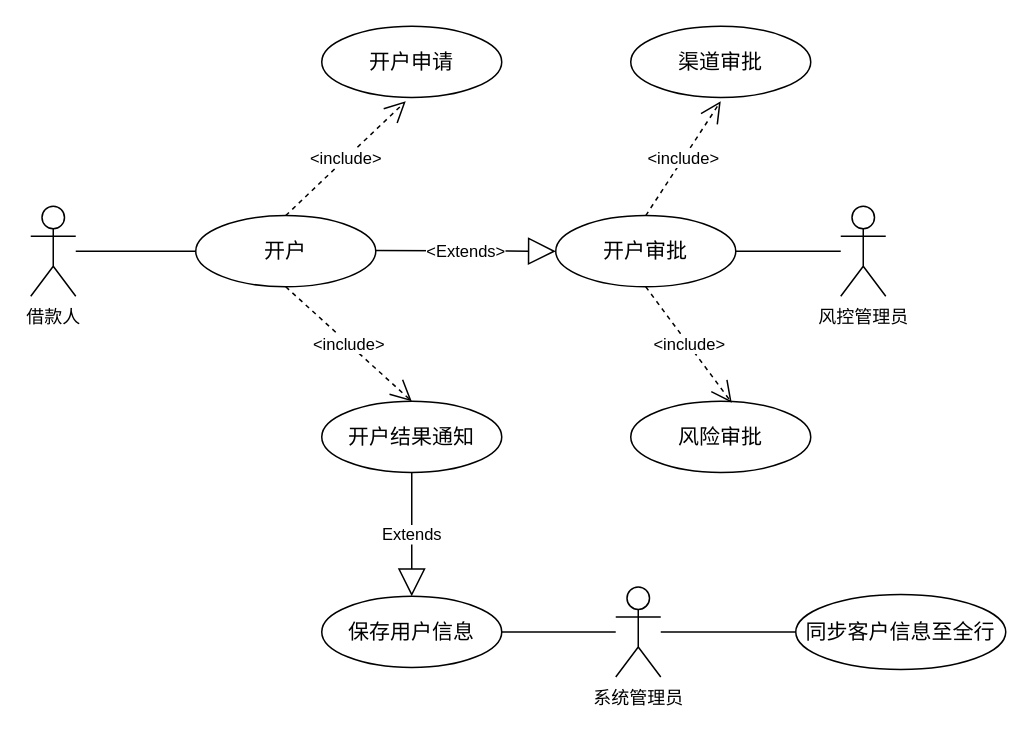
Before: 开户用例图.drawio in wuxiao-web/graduationThesis, a draw.io diagram. Source tidied: cells renumbered, new cells numbered last; positions are measured from the earlier drawing's top-left corner, leaving out a move shared by most shapes. Both pictures are drawn from the tidied source at 150%, with x=0, y=0 at pixel (30, 26).
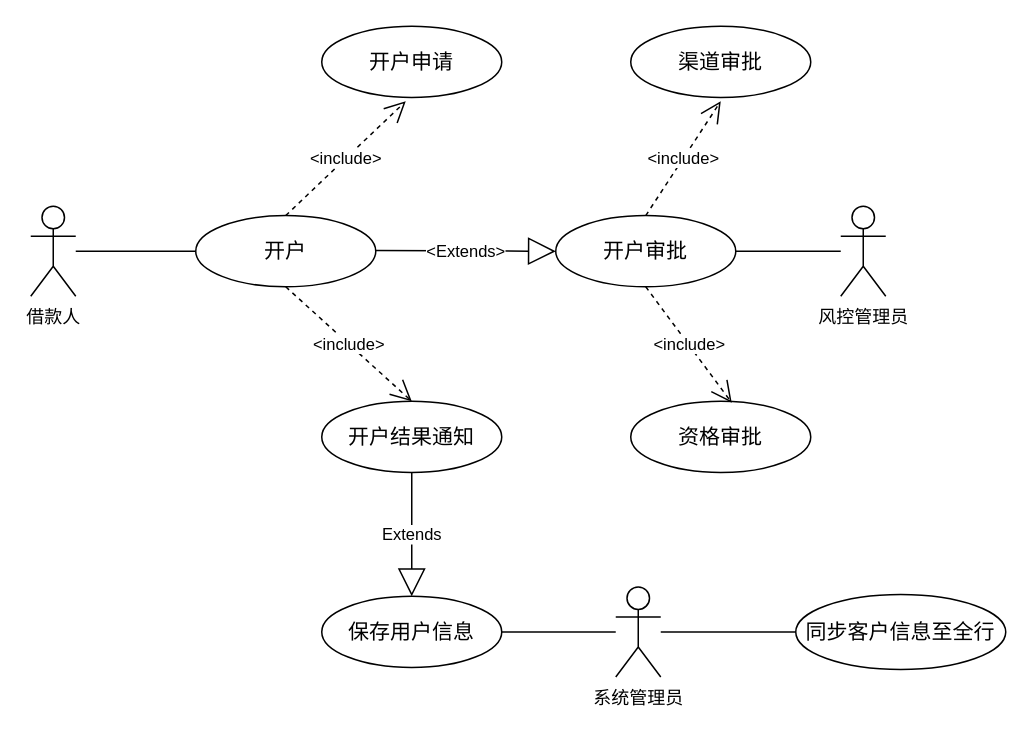
The same diagram, later.

Commit message:
更新开户用例图.drawio

What changed in the source:
```diff
@@
-    <mxCell id="14" value="&lt;span style=&quot;font-size: 14px;&quot;&gt;风险审批&lt;/span&gt;" style="ellipse;whiteSpace=wrap;html=1;" parent="1" vertex="1">
+    <mxCell id="14" value="&lt;span style=&quot;font-size: 14px;&quot;&gt;资格审批&lt;/span&gt;" style="ellipse;whiteSpace=wrap;html=1;" parent="1" vertex="1">
       <mxGeometry x="400" y="250" width="120" height="47.5" as="geometry" />
     </mxCell>
```
